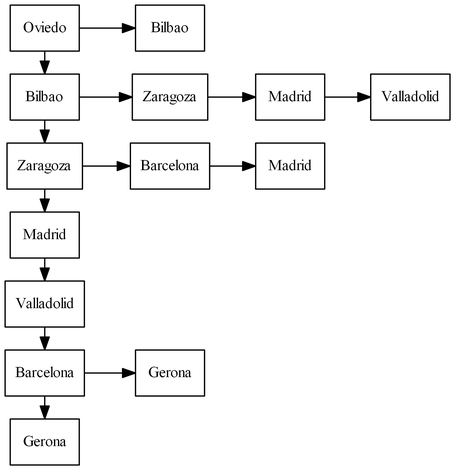
The Graphviz diagram [EDD]Proyecto2/Lista_Adyasente.png in Pegre369/-EDD-Proyecto2_201701187_201706357, before a commit. Its source is kept beside it as [EDD]Proyecto2/Lista_Adyasente.dot.
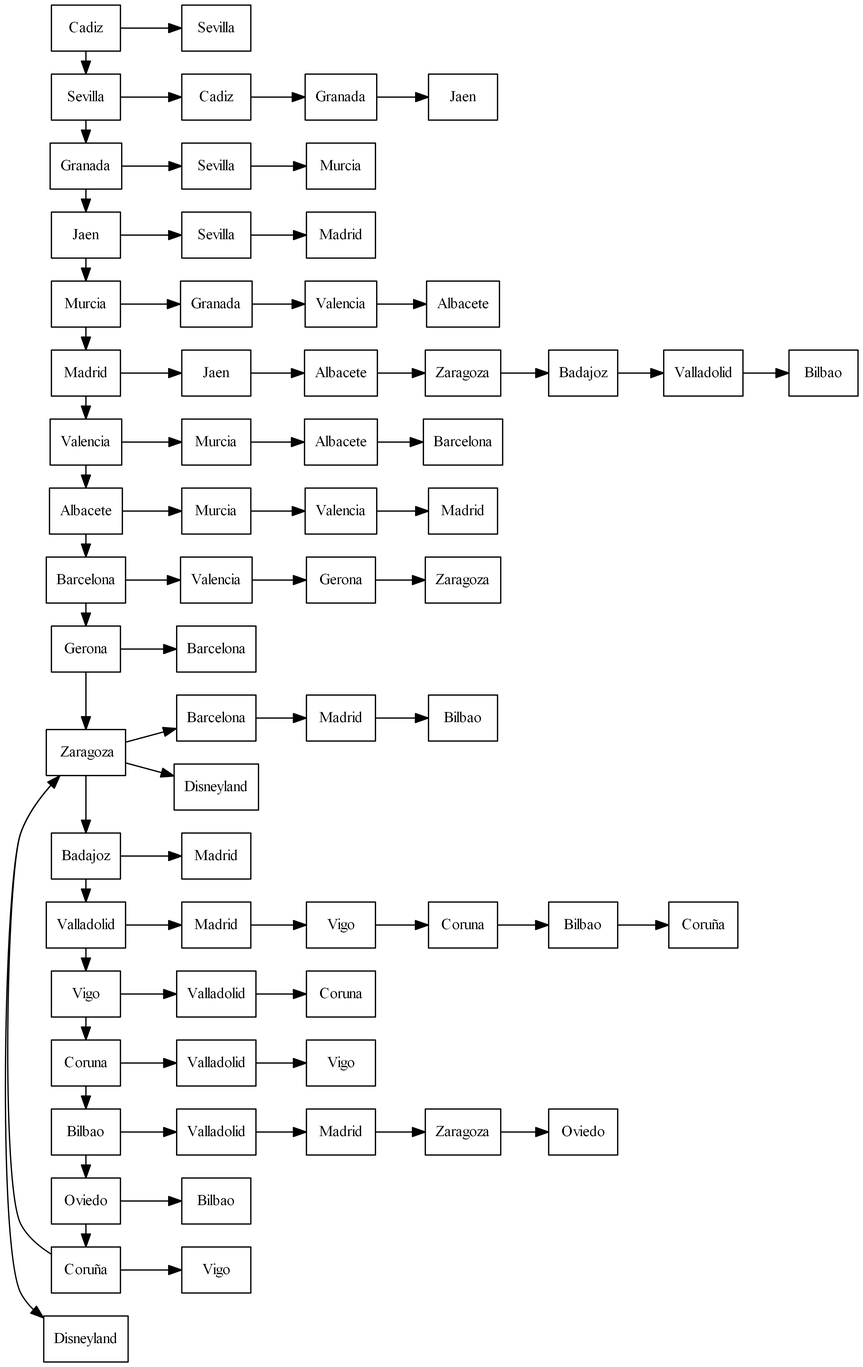
After the change.

Diff of the diagram source:
```diff
@@ -2,33 +2,139 @@
  rankdir=LR
  node[shape=box];
 graph [ dpi = 300 ];
-Oviedo[ label = "Oviedo", fontsize=12];
-Bilbao[ label = "Bilbao", fontsize=12];
-Zaragoza[ label = "Zaragoza", fontsize=12];
+Cadiz[ label = "Cadiz", fontsize=12];
+Sevilla[ label = "Sevilla", fontsize=12];
+Granada[ label = "Granada", fontsize=12];
+Jaen[ label = "Jaen", fontsize=12];
+Murcia[ label = "Murcia", fontsize=12];
 Madrid[ label = "Madrid", fontsize=12];
-Valladolid[ label = "Valladolid", fontsize=12];
+Valencia[ label = "Valencia", fontsize=12];
+Albacete[ label = "Albacete", fontsize=12];
 Barcelona[ label = "Barcelona", fontsize=12];
 Gerona[ label = "Gerona", fontsize=12];
-Oviedo->Bilbao[constraint=false];
-Bilbao->Zaragoza[constraint=false];
-Zaragoza->Madrid[constraint=false];
-Madrid->Valladolid[constraint=false];
-Valladolid->Barcelona[constraint=false];
+Zaragoza[ label = "Zaragoza", fontsize=12];
+Badajoz[ label = "Badajoz", fontsize=12];
+Valladolid[ label = "Valladolid", fontsize=12];
+Vigo[ label = "Vigo", fontsize=12];
+Coruna[ label = "Coruna", fontsize=12];
+Bilbao[ label = "Bilbao", fontsize=12];
+Oviedo[ label = "Oviedo", fontsize=12];
+Coruña[ label = "Coruña", fontsize=12];
+ Zaragoza[ label = " Zaragoza", fontsize=12];
+Disneyland[ label = "Disneyland", fontsize=12];
+Cadiz->Sevilla[constraint=false];
+Sevilla->Granada[constraint=false];
+Granada->Jaen[constraint=false];
+Jaen->Murcia[constraint=false];
+Murcia->Madrid[constraint=false];
+Madrid->Valencia[constraint=false];
+Valencia->Albacete[constraint=false];
+Albacete->Barcelona[constraint=false];
 Barcelona->Gerona[constraint=false];
+Gerona->Zaragoza[constraint=false];
+Zaragoza->Badajoz[constraint=false];
+Badajoz->Valladolid[constraint=false];
+Valladolid->Vigo[constraint=false];
+Vigo->Coruna[constraint=false];
+Coruna->Bilbao[constraint=false];
+Bilbao->Oviedo[constraint=false];
+Oviedo->Coruña[constraint=false];
+Coruña-> Zaragoza[constraint=false];
+ Zaragoza->Disneyland[constraint=false];
 
-Bilbao1[ label = "Bilbao", fontsize=12];
-Zaragoza2[ label = "Zaragoza", fontsize=12];
-Madrid3[ label = "Madrid", fontsize=12];
-Valladolid4[ label = "Valladolid", fontsize=12];
-Barcelona5[ label = "Barcelona", fontsize=12];
-Madrid6[ label = "Madrid", fontsize=12];
-Gerona7[ label = "Gerona", fontsize=12];
-Oviedo->Bilbao1;
-Bilbao->Zaragoza2;
-Zaragoza2->Madrid3;
-Madrid3->Valladolid4;
-Zaragoza->Barcelona5;
-Barcelona5->Madrid6;
-Barcelona->Gerona7;
+Sevilla1[ label = "Sevilla", fontsize=12];
+Cadiz2[ label = "Cadiz", fontsize=12];
+Granada3[ label = "Granada", fontsize=12];
+Jaen4[ label = "Jaen", fontsize=12];
+Sevilla5[ label = "Sevilla", fontsize=12];
+Murcia6[ label = "Murcia", fontsize=12];
+Sevilla7[ label = "Sevilla", fontsize=12];
+Madrid8[ label = "Madrid", fontsize=12];
+Granada9[ label = "Granada", fontsize=12];
+Valencia10[ label = "Valencia", fontsize=12];
+Albacete11[ label = "Albacete", fontsize=12];
+Jaen12[ label = "Jaen", fontsize=12];
+Albacete13[ label = "Albacete", fontsize=12];
+Zaragoza14[ label = "Zaragoza", fontsize=12];
+Badajoz15[ label = "Badajoz", fontsize=12];
+Valladolid16[ label = "Valladolid", fontsize=12];
+Bilbao17[ label = "Bilbao", fontsize=12];
+Murcia18[ label = "Murcia", fontsize=12];
+Albacete19[ label = "Albacete", fontsize=12];
+Barcelona20[ label = "Barcelona", fontsize=12];
+Murcia21[ label = "Murcia", fontsize=12];
+Valencia22[ label = "Valencia", fontsize=12];
+Madrid23[ label = "Madrid", fontsize=12];
+Valencia24[ label = "Valencia", fontsize=12];
+Gerona25[ label = "Gerona", fontsize=12];
+Zaragoza26[ label = "Zaragoza", fontsize=12];
+Barcelona27[ label = "Barcelona", fontsize=12];
+Barcelona28[ label = "Barcelona", fontsize=12];
+Madrid29[ label = "Madrid", fontsize=12];
+Bilbao30[ label = "Bilbao", fontsize=12];
+Madrid31[ label = "Madrid", fontsize=12];
+Madrid32[ label = "Madrid", fontsize=12];
+Vigo33[ label = "Vigo", fontsize=12];
+Coruna34[ label = "Coruna", fontsize=12];
+Bilbao35[ label = "Bilbao", fontsize=12];
+Coruña36[ label = "Coruña", fontsize=12];
+Valladolid37[ label = "Valladolid", fontsize=12];
+Coruna38[ label = "Coruna", fontsize=12];
+Valladolid39[ label = "Valladolid", fontsize=12];
+Vigo40[ label = "Vigo", fontsize=12];
+Valladolid41[ label = "Valladolid", fontsize=12];
+Madrid42[ label = "Madrid", fontsize=12];
+Zaragoza43[ label = "Zaragoza", fontsize=12];
+Oviedo44[ label = "Oviedo", fontsize=12];
+Bilbao45[ label = "Bilbao", fontsize=12];
+Vigo46[ label = "Vigo", fontsize=12];
+Disneyland47[ label = "Disneyland", fontsize=12];
+Cadiz->Sevilla1;
+Sevilla->Cadiz2;
+Cadiz2->Granada3;
+Granada3->Jaen4;
+Granada->Sevilla5;
+Sevilla5->Murcia6;
+Jaen->Sevilla7;
+Sevilla7->Madrid8;
+Murcia->Granada9;
+Granada9->Valencia10;
+Valencia10->Albacete11;
+Madrid->Jaen12;
+Jaen12->Albacete13;
+Albacete13->Zaragoza14;
+Zaragoza14->Badajoz15;
+Badajoz15->Valladolid16;
+Valladolid16->Bilbao17;
+Valencia->Murcia18;
+Murcia18->Albacete19;
+Albacete19->Barcelona20;
+Albacete->Murcia21;
+Murcia21->Valencia22;
+Valencia22->Madrid23;
+Barcelona->Valencia24;
+Valencia24->Gerona25;
+Gerona25->Zaragoza26;
+Gerona->Barcelona27;
+Zaragoza->Barcelona28;
+Barcelona28->Madrid29;
+Madrid29->Bilbao30;
+Badajoz->Madrid31;
+Valladolid->Madrid32;
+Madrid32->Vigo33;
+Vigo33->Coruna34;
+Coruna34->Bilbao35;
+Bilbao35->Coruña36;
+Vigo->Valladolid37;
+Valladolid37->Coruna38;
+Coruna->Valladolid39;
+Valladolid39->Vigo40;
+Bilbao->Valladolid41;
+Valladolid41->Madrid42;
+Madrid42->Zaragoza43;
+Zaragoza43->Oviedo44;
+Oviedo->Bilbao45;
+Coruña->Vigo46;
+ Zaragoza->Disneyland47;
 
 }
```
